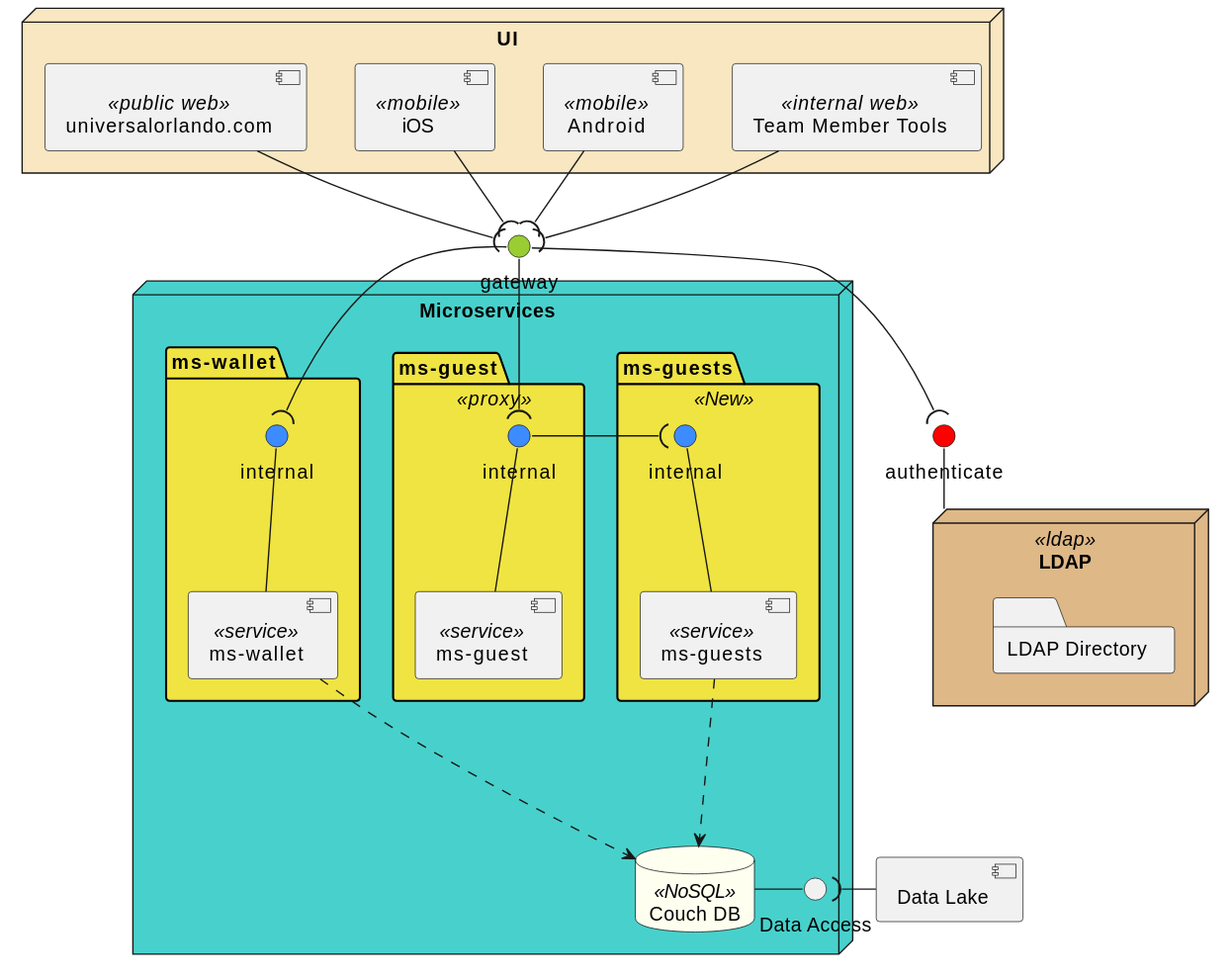
The PlantUML diagram dist/assets/diagrams/component/mdm-ae-proxy.svg in kaaljabr/presentation, before a commit.
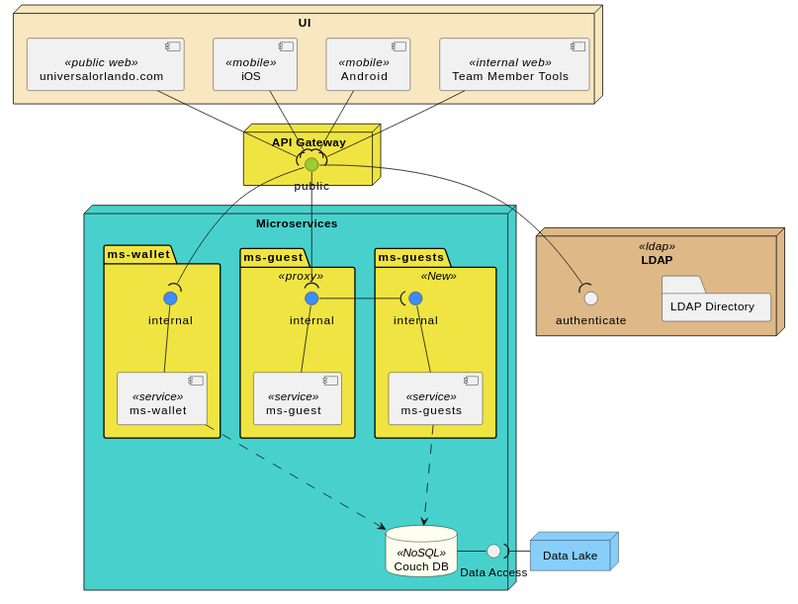
Above is the later version.

Change to the diagram source:
```diff
@@ -9,10 +9,11 @@
     backgroundColor #F0E442
 }
 
-interface gateway #YellowGreen
-interface authenticate #Red
+node "Data Lake" as data_lake #LightSkyBlue
 
-component "Data Lake" as data_lake
+node "API Gateway" as gateway {
+    interface public #YellowGreen
+}
 
 node "UI" #Strategy {
     component "Android" as android <<mobile>>
@@ -23,6 +24,7 @@
 
 node "LDAP" as ldap <<ldap>> #BurlyWood {
     folder "LDAP Directory" as ldap_dir
+    interface authenticate
 }
 
 node "Microservices" #MediumTurquoise {
@@ -47,20 +49,19 @@
     interface "Data Access" as nosql_data_access
 }
 
-gateway --( guest_internal
-gateway --( wallet_internal
+public --( guest_internal
+public --( wallet_internal
 
 ms_guests --.> couch_db
 ms_wallet --.> couch_db
 couch_db -right- nosql_data_access
 data_lake -right-( nosql_data_access
 
-android --( gateway
-ios --( gateway
-web --( gateway
-teammember -right-( gateway
+android --( public
+ios --( public
+web --( public
+teammember -right-( public
 
-authenticate -- ldap
-gateway --( authenticate
+public --( authenticate
 
 @enduml
```
